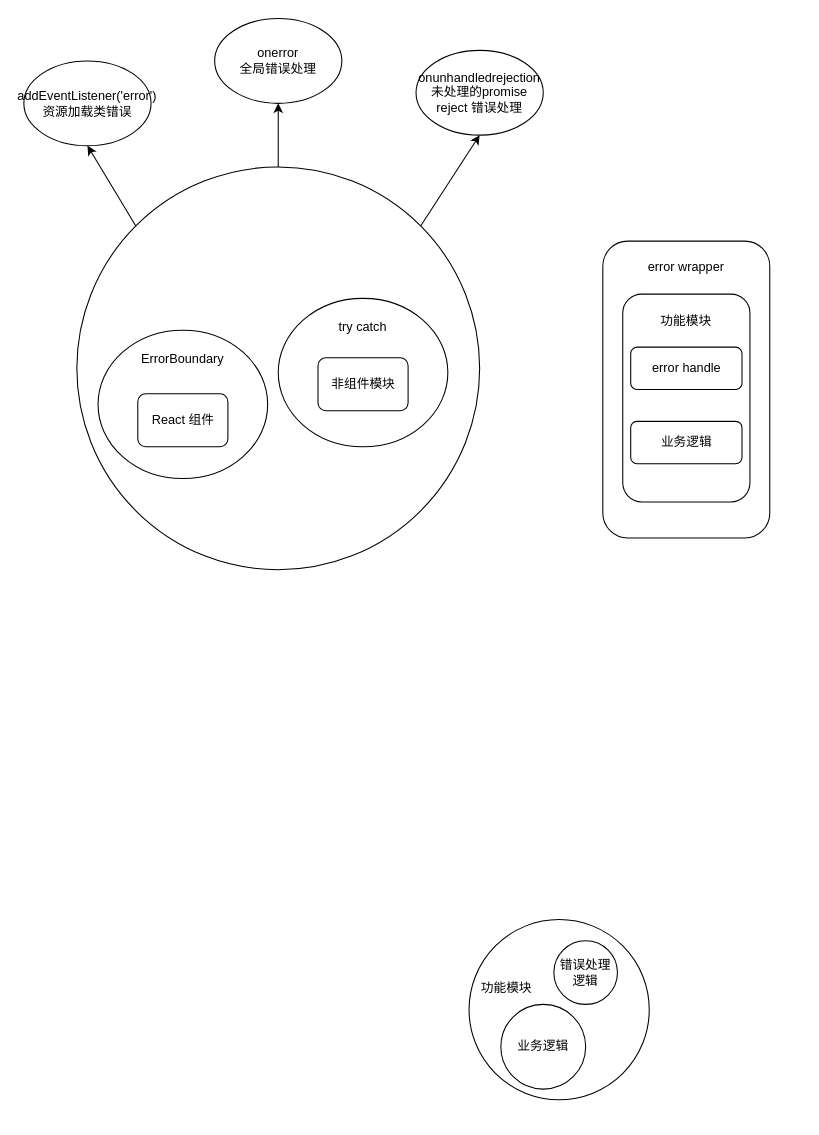
This is 错误处理相关图片.drawio from chaijinsong/draw.io, a draw.io file, before an edit. Source tidied: cells renumbered, new cells numbered last; positions are measured from the earlier drawing's top-left corner, leaving out a move shared by most shapes. Both pictures are drawn from the tidied source at 106%, with x=0, y=0 at pixel (23, 18).
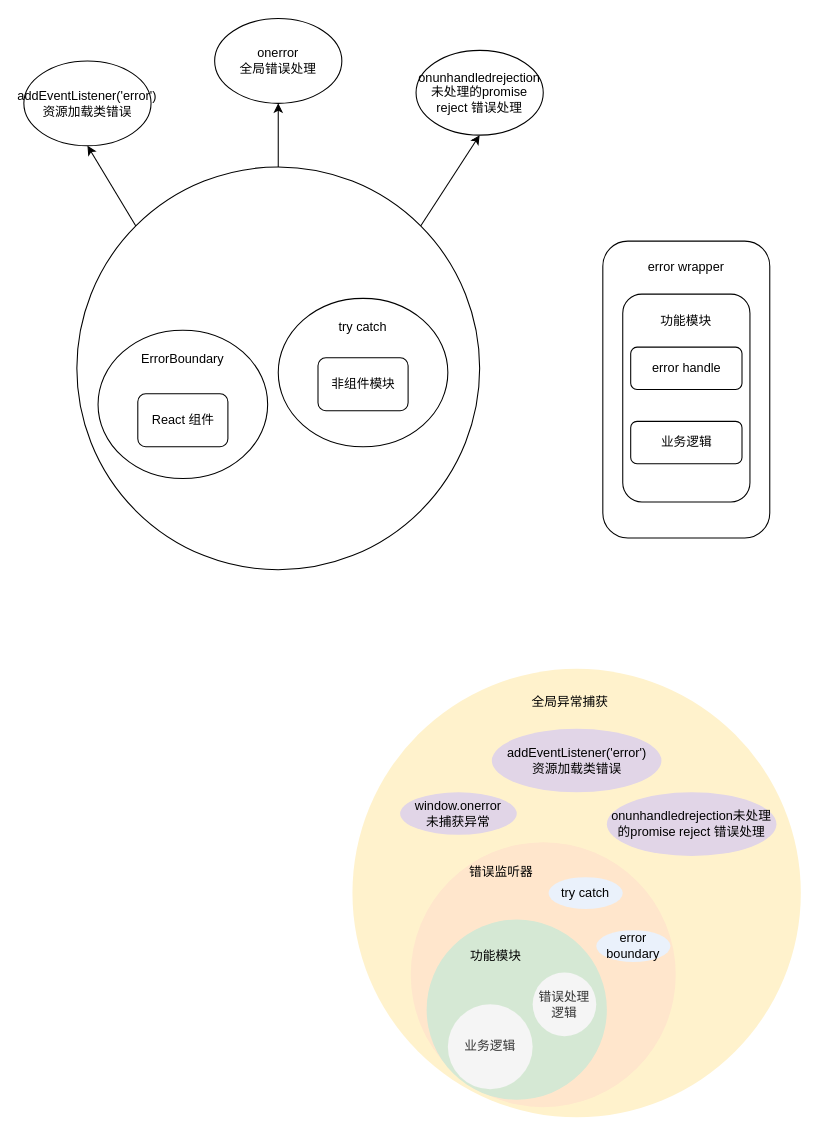
The same diagram, later.

Commit message (it also covers changes not shown here):
更新错误处理相关图片.drawio

What changed in the source:
```diff
@@
+    <mxCell id="21" style="ellipse;whiteSpace=wrap;html=1;fillColor=#fff2cc;strokeColor=none;" parent="1" vertex="1">
+      <mxGeometry x="310" y="613.5" width="423" height="423" as="geometry" />
+    </mxCell>
+    <mxCell id="22" style="ellipse;whiteSpace=wrap;html=1;strokeColor=none;fillColor=#ffe6cc;" parent="1" vertex="1">
+      <mxGeometry x="365" y="777" width="250" height="250" as="geometry" />
+    </mxCell>
@@
-    <mxCell id="17" style="ellipse;whiteSpace=wrap;html=1;" parent="1" vertex="1">
-      <mxGeometry x="420" y="850" width="170" height="170" as="geometry" />
+    <mxCell id="17" style="ellipse;whiteSpace=wrap;html=1;fillColor=#d5e8d4;strokeColor=none;" parent="1" vertex="1">
+      <mxGeometry x="380" y="850" width="170" height="170" as="geometry" />
     </mxCell>
-    <mxCell id="18" value="业务逻辑" style="ellipse;whiteSpace=wrap;html=1;" parent="1" vertex="1">
-      <mxGeometry x="450" y="930" width="80" height="80" as="geometry" />
+    <mxCell id="18" value="业务逻辑" style="ellipse;whiteSpace=wrap;html=1;fillColor=#f5f5f5;strokeColor=none;fontColor=#333333;" parent="1" vertex="1">
+      <mxGeometry x="400" y="930" width="80" height="80" as="geometry" />
     </mxCell>
-    <mxCell id="19" value="功能模块" style="text;html=1;align=center;verticalAlign=middle;strokeColor=none;fillColor=none;" parent="1" vertex="1">
-      <mxGeometry x="420" y="900" width="70" height="30" as="geometry" />
+    <mxCell id="19" value="功能模块" style="text;html=1;align=center;verticalAlign=middle;" parent="1" vertex="1">
+      <mxGeometry x="410" y="870" width="70" height="30" as="geometry" />
     </mxCell>
-    <mxCell id="20" value="错误处理逻辑" style="ellipse;whiteSpace=wrap;html=1;" parent="1" vertex="1">
-      <mxGeometry x="500" y="870" width="60" height="60" as="geometry" />
+    <mxCell id="20" value="错误处理逻辑" style="ellipse;whiteSpace=wrap;html=1;fillColor=#f5f5f5;strokeColor=none;fontColor=#333333;" parent="1" vertex="1">
+      <mxGeometry x="480" y="900" width="60" height="60" as="geometry" />
     </mxCell>
+    <mxCell id="23" value="错误监听器" style="text;html=1;align=center;verticalAlign=middle;" parent="1" vertex="1">
+      <mxGeometry x="410" y="790" width="80" height="30" as="geometry" />
+    </mxCell>
+    <mxCell id="24" value="全局异常捕获" style="text;html=1;align=center;verticalAlign=middle;" parent="1" vertex="1">
+      <mxGeometry x="465" y="630" width="100" height="30" as="geometry" />
+    </mxCell>
+    <mxCell id="25" value="window.onerror&lt;div&gt;未捕获异常&lt;/div&gt;" style="ellipse;whiteSpace=wrap;html=1;strokeColor=none;fillColor=#e1d5e7;" parent="1" vertex="1">
+      <mxGeometry x="355" y="730" width="110" height="40" as="geometry" />
+    </mxCell>
+    <mxCell id="26" value="addEventListener('error')&lt;div&gt;资源加载类错误&lt;/div&gt;" style="ellipse;whiteSpace=wrap;html=1;strokeColor=none;fillColor=#e1d5e7;" parent="1" vertex="1">
+      <mxGeometry x="441.5" y="670" width="160" height="60" as="geometry" />
+    </mxCell>
+    <mxCell id="27" value="onunhandledrejection未处理的promise reject 错误处理" style="ellipse;whiteSpace=wrap;html=1;strokeColor=none;fillColor=#e1d5e7;" parent="1" vertex="1">
+      <mxGeometry x="550" y="730" width="160" height="60" as="geometry" />
+    </mxCell>
+    <mxCell id="28" value="try catch" style="ellipse;whiteSpace=wrap;html=1;fillColor=#eaf1fb;strokeColor=none;" parent="1" vertex="1">
+      <mxGeometry x="495" y="810" width="70" height="30" as="geometry" />
+    </mxCell>
+    <mxCell id="29" value="error boundary" style="ellipse;whiteSpace=wrap;html=1;strokeColor=none;fillColor=#eaf1fb;" parent="1" vertex="1">
+      <mxGeometry x="540" y="860" width="70" height="30" as="geometry" />
+    </mxCell>
```
